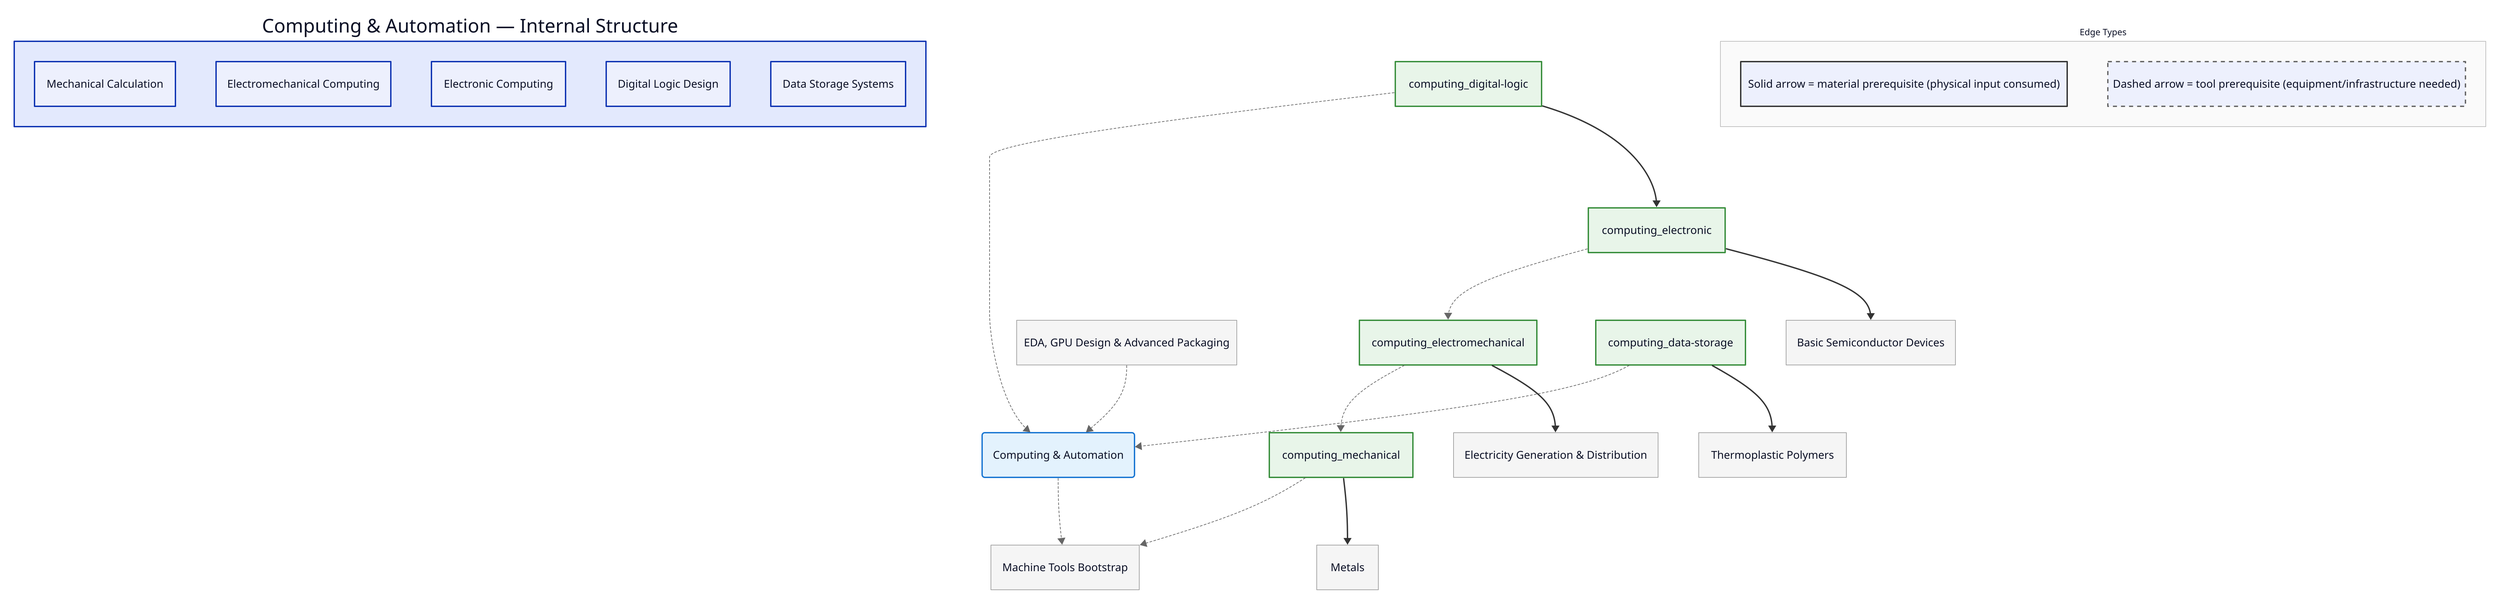
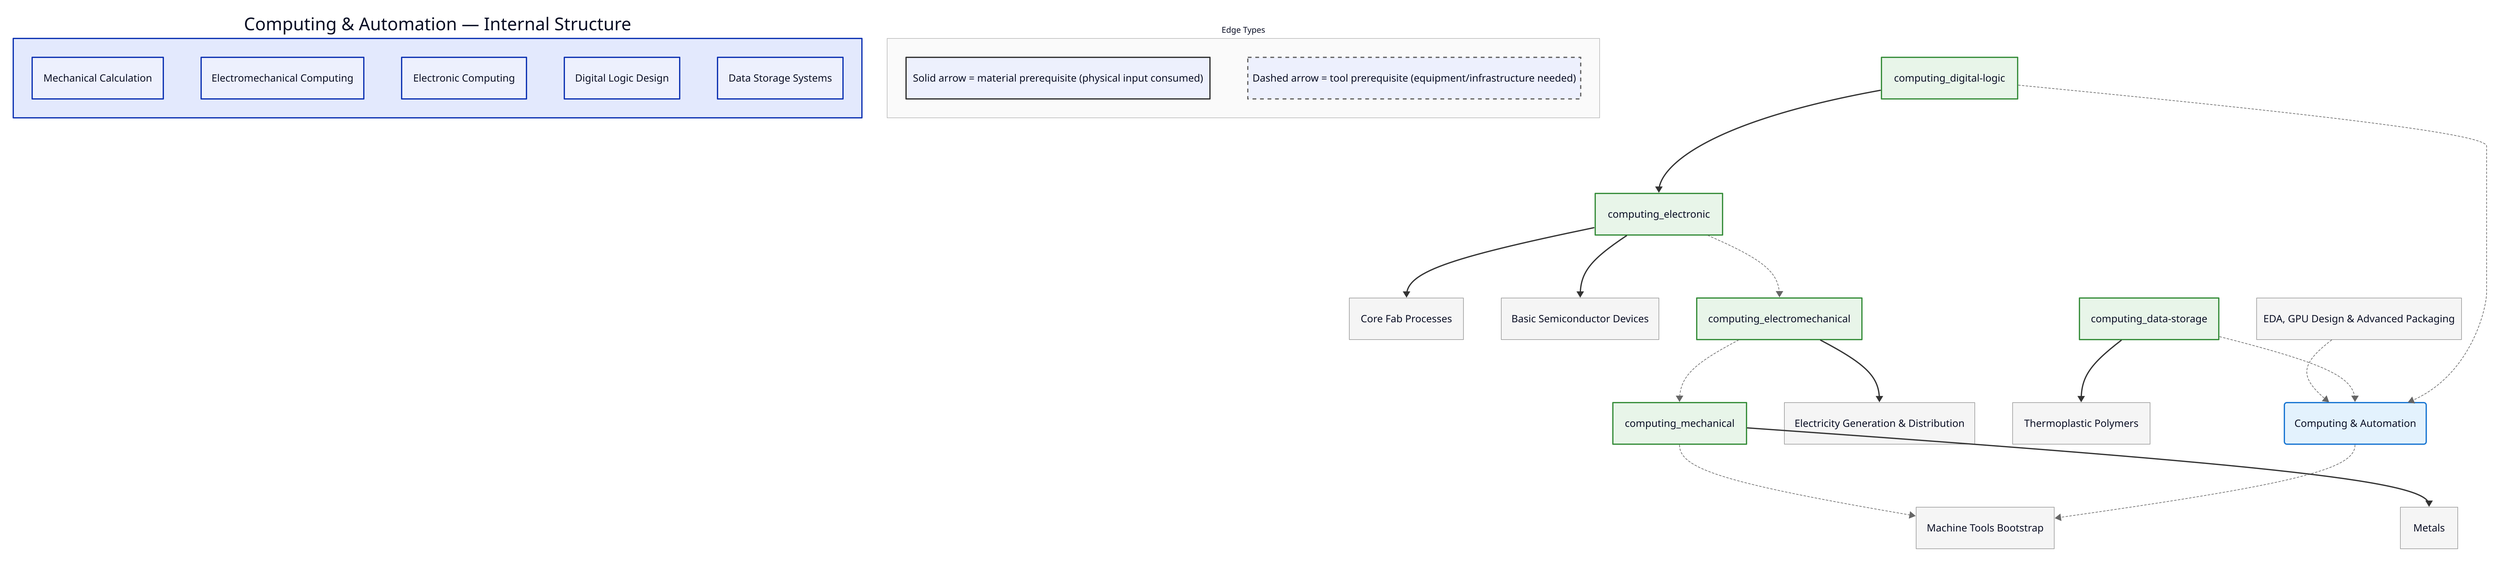
vars: {
  d2-config: {
    layout-engine: elk
    pad: 20
    center: true
  }
}

direction: down

classes: {
  domain: {
    style: {
      fill: "#e3f2fd"
      stroke: "#1976d2"
      stroke-width: 2
      border-radius: 4
    }
  }
  capability: {
    style: {
      fill: "#e8f5e9"
      stroke: "#388e3c"
      stroke-width: 2
    }
  }
  process: {
    style: {
      fill: "#fff3e0"
      stroke: "#f57c00"
      stroke-width: 2
    }
  }
  critical: {
    style: {
      fill: "#fff3e0"
      stroke: "#f57c00"
      stroke-width: 3
      bold: true
    }
  }
  earlyWin: {
    style: {
      fill: "#e8f5e9"
      stroke: "#388e3c"
      stroke-width: 3
    }
  }
  pinnacle: {
    style: {
      fill: "#fce4ec"
      stroke: "#c62828"
      stroke-width: 3
      bold: true
    }
  }
  external: {
    style: {
      fill: "#f5f5f5"
      stroke: "#9e9e9e"
      stroke-width: 1
    }
  }
  legend: {
    style: {
      fill: "#fafafa"
      stroke: "#bdbdbd"
      stroke-width: 1
      font-size: 13
    }
  }
  material-edge: {
    style: {
      stroke: "#333333"
      stroke-width: 2
    }
  }
  tool-edge: {
    style: {
      stroke: "#666666"
      stroke-width: 1
      stroke-dash: 3
    }
  }
}

# ==================== INTERNAL NODES ====================
computing_internal: "Computing & Automation — Internal Structure" {
  computing_mechanical: Mechanical Calculation
  computing_electromechanical: Electromechanical Computing
  computing_electronic: Electronic Computing
  computing_digital-logic: Digital Logic Design
  computing_data-storage: Data Storage Systems
}

# ==================== DOMAIN NODE ====================
computing: "Computing & Automation"

# ==================== EXTERNAL DEPENDENCIES ====================
energy_electricity: "Electricity Generation & Distribution" {
  shape: rectangle
}
machine-tools: Machine Tools Bootstrap {
  shape: rectangle
}
metals: Metals {
  shape: rectangle
}
+ photolithography_fab-processes: Core Fab Processes {
+   shape: rectangle
+ }
polymers_thermoplastics: Thermoplastic Polymers {
  shape: rectangle
}
silicon_basic-devices: Basic Semiconductor Devices {
  shape: rectangle
}
vlsi-scaling_eda-design: "EDA, GPU Design & Advanced Packaging" {
  shape: rectangle
}

# ==================== EDGES ====================
computing_electromechanical -> computing_mechanical: { class: tool-edge }
computing_electronic -> computing_electromechanical: { class: tool-edge }
computing_digital-logic -> computing: { class: tool-edge }
computing_digital-logic -> computing_electronic: { class: material-edge }
computing_data-storage -> computing: { class: tool-edge }
vlsi-scaling_eda-design -> computing: { class: tool-edge }
computing -> machine-tools: { class: tool-edge }
computing_mechanical -> machine-tools: { class: tool-edge }
computing_mechanical -> metals: { class: material-edge }
computing_electromechanical -> energy_electricity: { class: material-edge }
computing_electronic -> silicon_basic-devices: { class: material-edge }
computing_data-storage -> polymers_thermoplastics: { class: material-edge }
+ computing_electronic -> photolithography_fab-processes: { class: material-edge }

# ==================== STYLING ====================
computing.class: domain
computing_mechanical.class: capability
computing_electromechanical.class: capability
computing_electronic.class: capability
computing_digital-logic.class: capability
computing_data-storage.class: capability
energy_electricity.class: external
machine-tools.class: external
metals.class: external
+ photolithography_fab-processes.class: external
polymers_thermoplastics.class: external
silicon_basic-devices.class: external
vlsi-scaling_eda-design.class: external

# ==================== LEGEND ====================
d2-legend: "Edge Types" {
  class: legend
  mat: "Solid arrow = material prerequisite (physical input consumed)" {
    style: {
      stroke: "#333333"
      stroke-width: 2
    }
  }
  tool: "Dashed arrow = tool prerequisite (equipment/infrastructure needed)" {
    style: {
      stroke: "#666666"
      stroke-dash: 3
    }
  }
}
